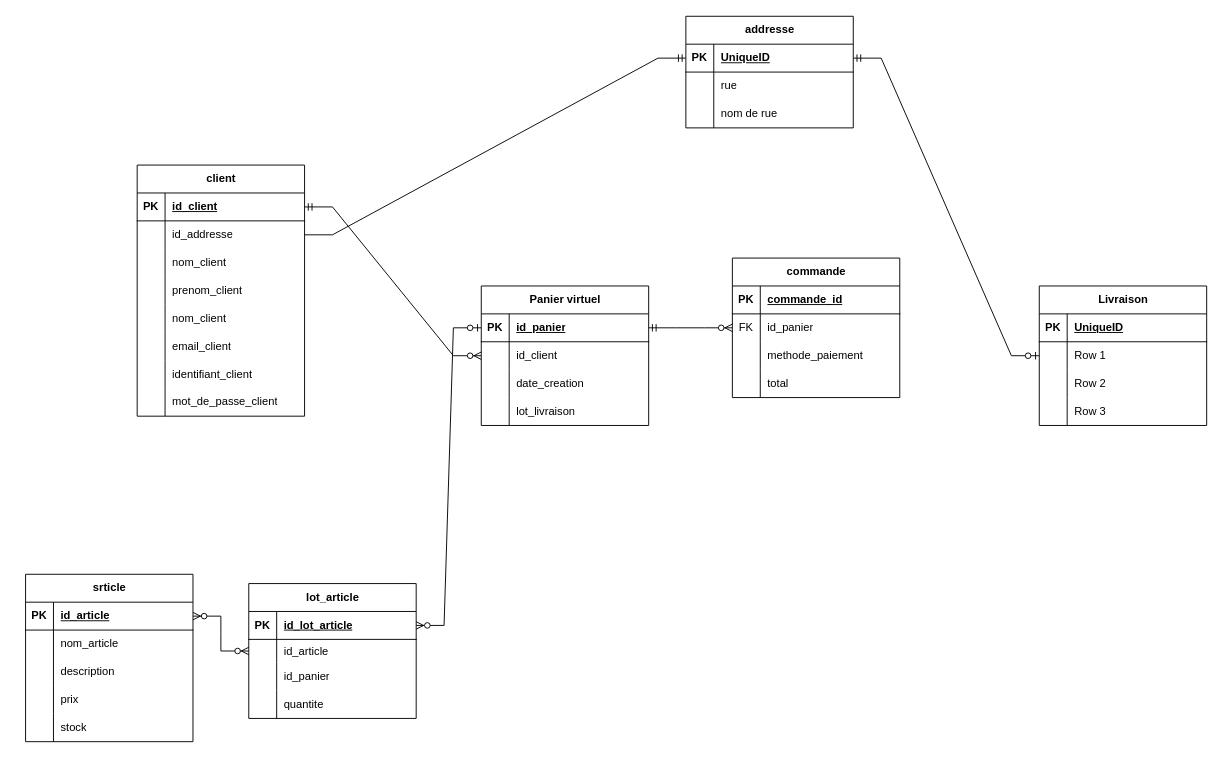
Above: modèle site.drawio in franck-code/tests (draw.io), before the change. Source tidied: cells renumbered, new cells numbered last; positions are measured from the earlier drawing's top-left corner, leaving out a move shared by most shapes. Both pictures are drawn from the tidied source at 93%, with x=0, y=0 at pixel (25, 16).
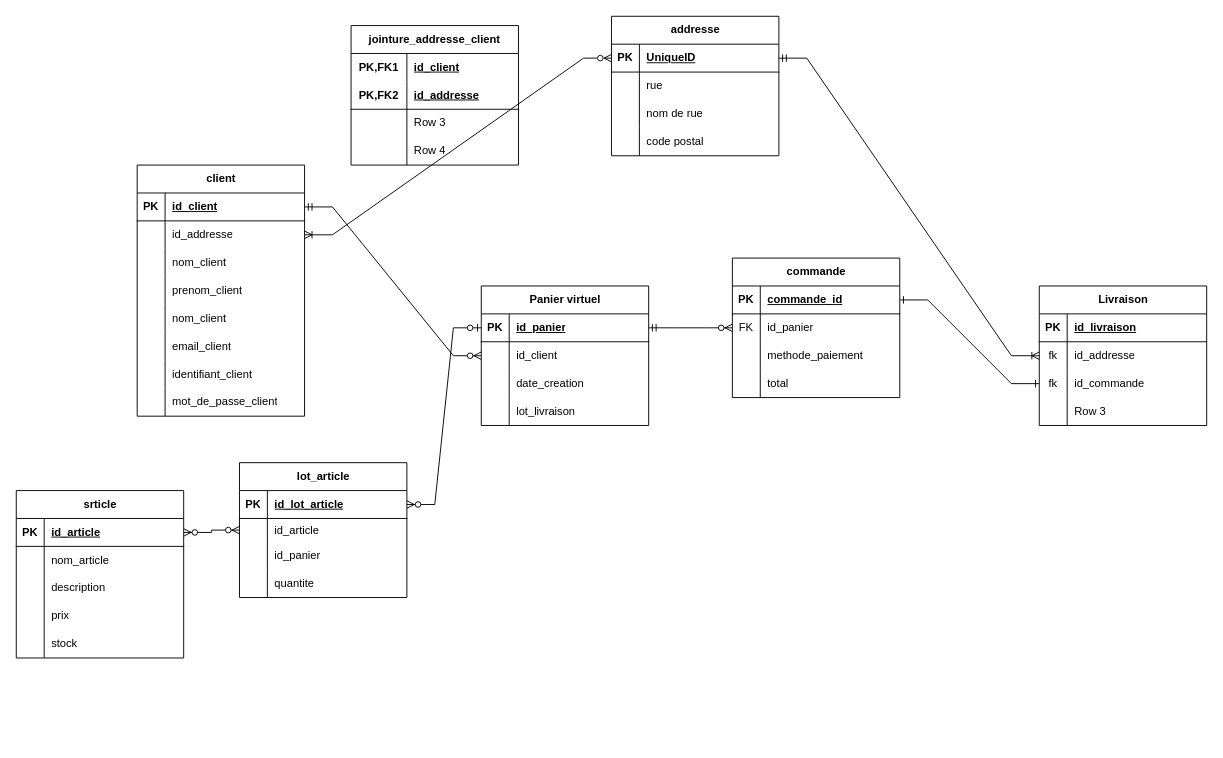
The same diagram, later.

Commit message (it also covers changes not shown here):
Mettre à jour modèle site.drawio

Unchanged cells that the change refers to:
```xml
<mxCell id="6" style="shape=tableRow;horizontal=0;startSize=0;swimlaneHead=0;swimlaneBody=0;fillColor=none;points=[[0,0.5],[1,0.5]];portConstraint=eastwest;top=0;left=0;right=0;bottom=0;" parent="2" vertex="1">
  <mxGeometry y="60" width="180" height="30" as="geometry" />
</mxCell>
<mxCell id="41" style="shape=tableRow;horizontal=0;startSize=0;swimlaneHead=0;swimlaneBody=0;fillColor=none;points=[[0,0.5],[1,0.5]];portConstraint=eastwest;top=0;left=0;right=0;bottom=1;" parent="40" vertex="1">
  <mxGeometry y="30" width="180" height="30" as="geometry" />
</mxCell>
<mxCell id="51" style="shape=tableRow;horizontal=0;startSize=0;swimlaneHead=0;swimlaneBody=0;fillColor=none;top=0;left=0;right=0;bottom=1;" parent="50" vertex="1">
  <mxGeometry y="30" width="180" height="30" as="geometry" />
</mxCell>
<mxCell id="54" style="shape=tableRow;horizontal=0;startSize=0;swimlaneHead=0;swimlaneBody=0;fillColor=none;points=[[0,0.5],[1,0.5]];portConstraint=eastwest;top=0;left=0;right=0;bottom=0;" parent="50" vertex="1">
  <mxGeometry y="60" width="180" height="30" as="geometry" />
</mxCell>
<mxCell id="57" style="shape=tableRow;horizontal=0;startSize=0;swimlaneHead=0;swimlaneBody=0;fillColor=none;points=[[0,0.5],[1,0.5]];portConstraint=eastwest;top=0;left=0;right=0;bottom=0;" parent="50" vertex="1">
  <mxGeometry y="90" width="180" height="30" as="geometry" />
</mxCell>
<mxCell id="93" style="shape=tableRow;horizontal=0;startSize=0;swimlaneHead=0;swimlaneBody=0;fillColor=none;points=[[0,0.5],[1,0.5]];portConstraint=eastwest;top=0;left=0;right=0;bottom=1;" parent="92" vertex="1">
  <mxGeometry y="30" width="180" height="30" as="geometry" />
</mxCell>
```

What changed in the source:
```diff
@@
     <mxCell id="40" value="addresse" style="shape=table;startSize=30;childLayout=tableLayout;rowLines=0;fontStyle=1;align=center;html=1;" parent="1" vertex="1">
-      <mxGeometry x="710" width="180" height="120" as="geometry" />
+      <mxGeometry x="630" width="180" height="150" as="geometry" />
     </mxCell>
@@
+    <mxCell id="111" style="shape=tableRow;horizontal=0;startSize=0;swimlaneHead=0;swimlaneBody=0;fillColor=none;top=0;left=0;right=0;bottom=0;" parent="40" vertex="1">
+      <mxGeometry y="120" width="180" height="30" as="geometry" />
+    </mxCell>
+    <mxCell id="112" style="shape=partialRectangle;fillColor=none;top=0;left=0;bottom=0;right=0;overflow=hidden;whiteSpace=wrap;html=1;" parent="111" vertex="1">
+      <mxGeometry width="30" height="30" as="geometry" />
+    </mxCell>
+    <mxCell id="113" value="code postal" style="shape=partialRectangle;fillColor=none;top=0;left=0;bottom=0;right=0;align=left;spacingLeft=6;overflow=hidden;whiteSpace=wrap;html=1;" parent="111" vertex="1">
+      <mxGeometry x="30" width="150" height="30" as="geometry" />
+    </mxCell>
@@
-    <mxCell id="53" value="UniqueID" style="shape=partialRectangle;fillColor=none;top=0;left=0;bottom=0;right=0;align=left;spacingLeft=6;fontStyle=5;overflow=hidden;whiteSpace=wrap;html=1;" parent="51" vertex="1">
+    <mxCell id="53" value="id_livraison" style="shape=partialRectangle;fillColor=none;top=0;left=0;bottom=0;right=0;align=left;spacingLeft=6;fontStyle=5;overflow=hidden;whiteSpace=wrap;html=1;" parent="51" vertex="1">
       <mxGeometry x="30" width="150" height="30" as="geometry" />
     </mxCell>
@@
-    <mxCell id="55" style="shape=partialRectangle;fillColor=none;top=0;left=0;bottom=0;right=0;overflow=hidden;whiteSpace=wrap;html=1;" parent="54" vertex="1">
+    <mxCell id="55" value="fk" style="shape=partialRectangle;fillColor=none;top=0;left=0;bottom=0;right=0;overflow=hidden;whiteSpace=wrap;html=1;" parent="54" vertex="1">
       <mxGeometry width="30" height="30" as="geometry" />
     </mxCell>
-    <mxCell id="56" value="Row 1" style="shape=partialRectangle;fillColor=none;top=0;left=0;bottom=0;right=0;align=left;spacingLeft=6;overflow=hidden;whiteSpace=wrap;html=1;" parent="54" vertex="1">
+    <mxCell id="56" value="id_addresse" style="shape=partialRectangle;fillColor=none;top=0;left=0;bottom=0;right=0;align=left;spacingLeft=6;overflow=hidden;whiteSpace=wrap;html=1;" parent="54" vertex="1">
       <mxGeometry x="30" width="150" height="30" as="geometry" />
     </mxCell>
@@
-    <mxCell id="58" style="shape=partialRectangle;fillColor=none;top=0;left=0;bottom=0;right=0;overflow=hidden;whiteSpace=wrap;html=1;" parent="57" vertex="1">
+    <mxCell id="58" value="fk" style="shape=partialRectangle;fillColor=none;top=0;left=0;bottom=0;right=0;overflow=hidden;whiteSpace=wrap;html=1;" parent="57" vertex="1">
       <mxGeometry width="30" height="30" as="geometry" />
     </mxCell>
-    <mxCell id="59" value="Row 2" style="shape=partialRectangle;fillColor=none;top=0;left=0;bottom=0;right=0;align=left;spacingLeft=6;overflow=hidden;whiteSpace=wrap;html=1;" parent="57" vertex="1">
+    <mxCell id="59" value="id_commande" style="shape=partialRectangle;fillColor=none;top=0;left=0;bottom=0;right=0;align=left;spacingLeft=6;overflow=hidden;whiteSpace=wrap;html=1;" parent="57" vertex="1">
       <mxGeometry x="30" width="150" height="30" as="geometry" />
     </mxCell>
@@
     <mxCell id="63" value="srticle" style="shape=table;startSize=30;childLayout=tableLayout;rowLines=0;fontStyle=1;align=center;html=1;" parent="1" vertex="1">
-      <mxGeometry y="600" width="180" height="180" as="geometry" />
+      <mxGeometry x="-10" y="510" width="180" height="180" as="geometry" />
     </mxCell>
@@
     <mxCell id="79" value="lot_article" style="shape=table;startSize=30;childLayout=tableLayout;rowLines=0;fontStyle=1;align=center;html=1;" parent="1" vertex="1">
-      <mxGeometry x="240" y="610" width="180" height="145" as="geometry" />
+      <mxGeometry x="230" y="480" width="180" height="145" as="geometry" />
     </mxCell>
@@
-    <mxCell id="107" style="edgeStyle=entityRelationEdgeStyle;fontSize=12;html=1;endArrow=ERzeroToOne;startArrow=ERmandOne;rounded=0;entryX=0;entryY=0.5;entryDx=0;entryDy=0;exitX=1;exitY=0.5;exitDx=0;exitDy=0;" parent="1" edge="1" source="41" target="54">
+    <mxCell id="107" style="edgeStyle=entityRelationEdgeStyle;fontSize=12;html=1;endArrow=ERoneToMany;startArrow=ERmandOne;rounded=0;entryX=0;entryY=0.5;entryDx=0;entryDy=0;exitX=1;exitY=0.5;exitDx=0;exitDy=0;startFill=0;endFill=0;" parent="1" edge="1" source="41" target="54">
       <mxGeometry relative="1" as="geometry" />
     </mxCell>
-    <mxCell id="108" style="edgeStyle=entityRelationEdgeStyle;fontSize=12;html=1;endArrow=ERmandOne;rounded=0;entryX=0;entryY=0.5;entryDx=0;entryDy=0;exitX=1;exitY=0.5;exitDx=0;exitDy=0;" parent="1" edge="1" source="6" target="41">
+    <mxCell id="108" style="edgeStyle=entityRelationEdgeStyle;fontSize=12;html=1;endArrow=ERzeroToMany;rounded=0;entryX=0;entryY=0.5;entryDx=0;entryDy=0;exitX=1;exitY=0.5;exitDx=0;exitDy=0;startArrow=ERoneToMany;startFill=0;endFill=0;" parent="1" edge="1" source="6" target="41">
       <mxGeometry relative="1" as="geometry" />
     </mxCell>
@@
+    <mxCell id="114" value="jointure_addresse_client" style="shape=table;startSize=30;childLayout=tableLayout;rowLines=0;fontStyle=1;align=center;html=1;whiteSpace=wrap;" parent="1" vertex="1">
+      <mxGeometry x="350" y="10" width="180" height="150" as="geometry" />
+    </mxCell>
+    <mxCell id="115" style="shape=tableRow;horizontal=0;startSize=0;swimlaneHead=0;swimlaneBody=0;fillColor=none;top=0;left=0;right=0;bottom=0;html=1;" parent="114" vertex="1">
+      <mxGeometry y="30" width="180" height="30" as="geometry" />
+    </mxCell>
+    <mxCell id="116" value="PK,FK1" style="shape=partialRectangle;fillColor=none;top=0;left=0;bottom=0;right=0;fontStyle=1;overflow=hidden;html=1;whiteSpace=wrap;" parent="115" vertex="1">
+      <mxGeometry width="60" height="30" as="geometry" />
+    </mxCell>
+    <mxCell id="117" value="id_client" style="shape=partialRectangle;fillColor=none;top=0;left=0;bottom=0;right=0;align=left;spacingLeft=6;fontStyle=5;overflow=hidden;html=1;whiteSpace=wrap;" parent="115" vertex="1">
+      <mxGeometry x="60" width="120" height="30" as="geometry" />
+    </mxCell>
+    <mxCell id="118" style="shape=tableRow;horizontal=0;startSize=0;swimlaneHead=0;swimlaneBody=0;fillColor=none;top=0;left=0;right=0;bottom=1;html=1;" parent="114" vertex="1">
+      <mxGeometry y="60" width="180" height="30" as="geometry" />
+    </mxCell>
+    <mxCell id="119" value="PK,FK2" style="shape=partialRectangle;fillColor=none;top=0;left=0;bottom=0;right=0;fontStyle=1;overflow=hidden;html=1;whiteSpace=wrap;" parent="118" vertex="1">
+      <mxGeometry width="60" height="30" as="geometry" />
+    </mxCell>
+    <mxCell id="120" value="id_addresse" style="shape=partialRectangle;fillColor=none;top=0;left=0;bottom=0;right=0;align=left;spacingLeft=6;fontStyle=5;overflow=hidden;html=1;whiteSpace=wrap;" parent="118" vertex="1">
+      <mxGeometry x="60" width="120" height="30" as="geometry" />
+    </mxCell>
+    <mxCell id="121" style="shape=tableRow;horizontal=0;startSize=0;swimlaneHead=0;swimlaneBody=0;fillColor=none;top=0;left=0;right=0;bottom=0;html=1;" parent="114" vertex="1">
+      <mxGeometry y="90" width="180" height="30" as="geometry" />
+    </mxCell>
+    <mxCell id="122" style="shape=partialRectangle;fillColor=none;top=0;left=0;bottom=0;right=0;overflow=hidden;html=1;whiteSpace=wrap;" parent="121" vertex="1">
+      <mxGeometry width="60" height="30" as="geometry" />
+    </mxCell>
+    <mxCell id="123" value="Row 3" style="shape=partialRectangle;fillColor=none;top=0;left=0;bottom=0;right=0;align=left;spacingLeft=6;overflow=hidden;html=1;whiteSpace=wrap;" parent="121" vertex="1">
+      <mxGeometry x="60" width="120" height="30" as="geometry" />
+    </mxCell>
+    <mxCell id="124" style="shape=tableRow;horizontal=0;startSize=0;swimlaneHead=0;swimlaneBody=0;fillColor=none;top=0;left=0;right=0;bottom=0;html=1;" parent="114" vertex="1">
+      <mxGeometry y="120" width="180" height="30" as="geometry" />
+    </mxCell>
+    <mxCell id="125" style="shape=partialRectangle;fillColor=none;top=0;left=0;bottom=0;right=0;overflow=hidden;html=1;whiteSpace=wrap;" parent="124" vertex="1">
+      <mxGeometry width="60" height="30" as="geometry" />
+    </mxCell>
+    <mxCell id="126" value="Row 4" style="shape=partialRectangle;fillColor=none;top=0;left=0;bottom=0;right=0;align=left;spacingLeft=6;overflow=hidden;html=1;whiteSpace=wrap;" parent="124" vertex="1">
+      <mxGeometry x="60" width="120" height="30" as="geometry" />
+    </mxCell>
+    <mxCell id="127" style="edgeStyle=entityRelationEdgeStyle;fontSize=12;html=1;endArrow=ERone;startArrow=ERone;rounded=0;exitX=1;exitY=0.5;exitDx=0;exitDy=0;entryX=0;entryY=0.5;entryDx=0;entryDy=0;startFill=0;endFill=0;" parent="1" edge="1" source="93" target="57">
+      <mxGeometry relative="1" as="geometry" />
+    </mxCell>
```
